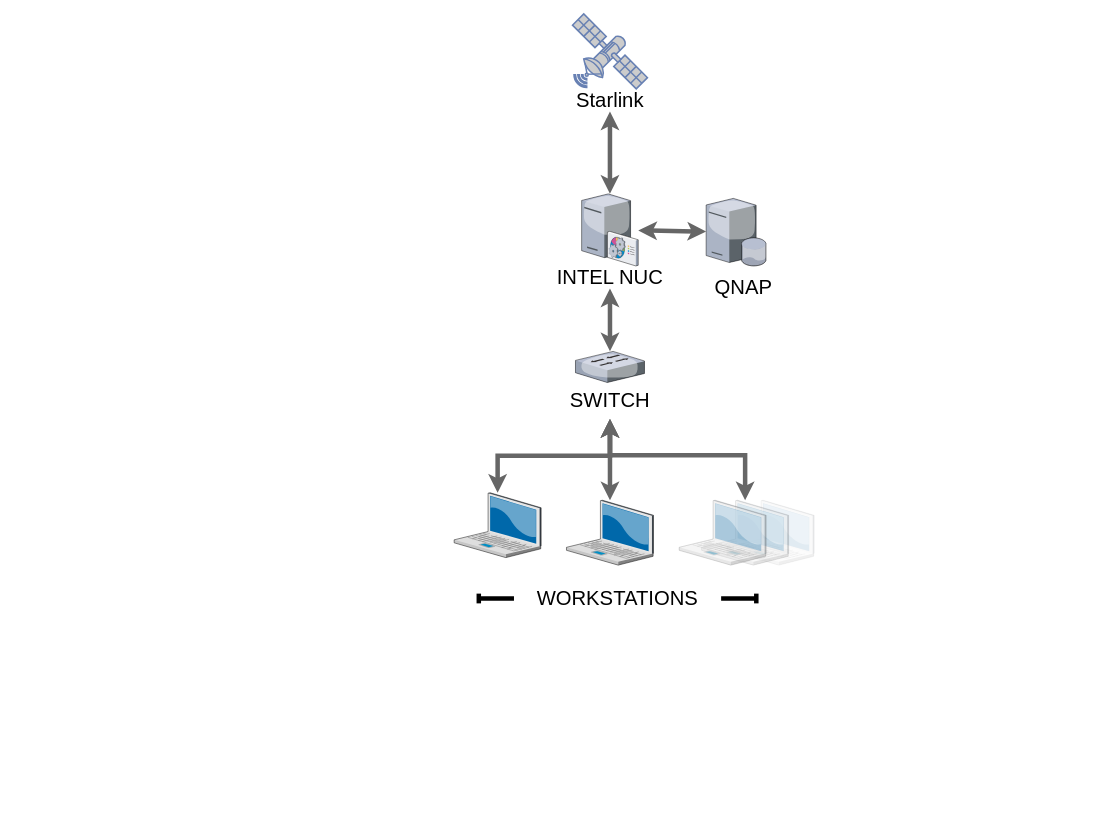
Above: Unbenanntes Diagramm.drawio in Reariuz/Flask (draw.io), before the change. Source tidied: cells renumbered, new cells numbered last; positions are measured from the earlier drawing's top-left corner, leaving out a move shared by most shapes. Both pictures are drawn from the tidied source at 75%, with x=0, y=0 at pixel (454, 14).
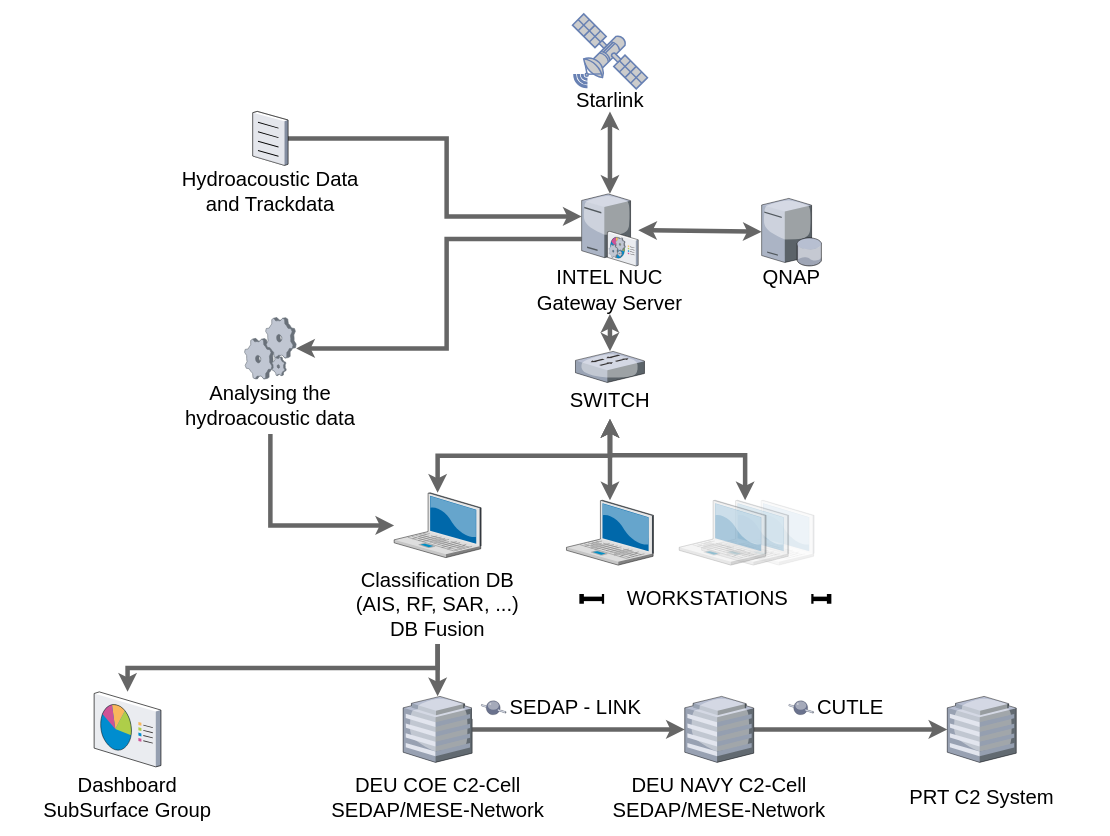
After the change.

Unchanged cells that the change refers to:
```xml
<mxCell id="11" style="verticalLabelPosition=bottom;sketch=0;html=1;verticalAlign=top;strokeColor=none;align=center;outlineConnect=0;shape=mxgraph.citrix.command_center;" parent="1" vertex="1">
  <mxGeometry x="170" y="240" width="75.5" height="96" as="geometry" />
</mxCell>
```

Diff of the diagram source:
```diff
@@
     <mxCell id="2" style="verticalLabelPosition=bottom;sketch=0;html=1;verticalAlign=top;strokeColor=none;align=center;outlineConnect=0;shape=mxgraph.citrix.database_server;" parent="1" vertex="1">
-      <mxGeometry x="336" y="246" width="80" height="90" as="geometry" />
+      <mxGeometry x="410" y="246" width="80" height="90" as="geometry" />
     </mxCell>
     <mxCell id="3" style="verticalLabelPosition=bottom;sketch=0;html=1;verticalAlign=top;strokeColor=none;align=center;outlineConnect=0;shape=mxgraph.citrix.laptop_2;" parent="1" vertex="1">
-      <mxGeometry y="638.5" width="116" height="86.5" as="geometry" />
+      <mxGeometry x="-80" y="638.5" width="116" height="86.5" as="geometry" />
     </mxCell>
@@
+    <mxCell id="23" style="edgeStyle=orthogonalEdgeStyle;rounded=0;jettySize=auto;html=1;strokeWidth=6;strokeColor=#666666;" parent="1" edge="1" source="11" target="24">
+      <mxGeometry relative="1" as="geometry">
+        <Array as="points">
+          <mxPoint x="-10" y="300" />
+          <mxPoint x="-10" y="446" />
+        </Array>
+      </mxGeometry>
+    </mxCell>
@@
-    <mxCell id="19" value="&lt;font style=&quot;font-size: 13px;&quot;&gt;&lt;font style=&quot;font-size: 14px;&quot;&gt;&lt;font style=&quot;font-size: 15px;&quot;&gt;&lt;font style=&quot;font-size: 16px;&quot;&gt;&lt;font style=&quot;font-size: 17px;&quot;&gt;&lt;font style=&quot;font-size: 18px;&quot;&gt;&lt;font style=&quot;font-size: 19px;&quot;&gt;&lt;font style=&quot;font-size: 20px;&quot;&gt;&lt;font style=&quot;font-size: 21px;&quot;&gt;&lt;font style=&quot;font-size: 22px;&quot;&gt;&lt;font style=&quot;font-size: 23px;&quot;&gt;&lt;font style=&quot;font-size: 24px;&quot;&gt;&lt;font style=&quot;font-size: 25px;&quot;&gt;&lt;font style=&quot;font-size: 26px;&quot;&gt;&lt;font style=&quot;font-size: 27px;&quot;&gt;&lt;font style=&quot;font-size: 28px;&quot;&gt;&lt;font style=&quot;font-size: 27px;&quot;&gt;INTEL NUC&lt;/font&gt;&lt;/font&gt;&lt;/font&gt;&lt;/font&gt;&lt;/font&gt;&lt;/font&gt;&lt;/font&gt;&lt;/font&gt;&lt;/font&gt;&lt;/font&gt;&lt;/font&gt;&lt;/font&gt;&lt;/font&gt;&lt;/font&gt;&lt;/font&gt;&lt;/font&gt;&lt;/font&gt;" style="text;html=1;fillColor=none;align=center;verticalAlign=middle;whiteSpace=wrap;rounded=0;" parent="1" vertex="1">
-      <mxGeometry x="132.8" y="336" width="150" height="30" as="geometry" />
+    <mxCell id="19" value="&lt;div&gt;&lt;font style=&quot;font-size: 13px;&quot;&gt;&lt;font style=&quot;font-size: 14px;&quot;&gt;&lt;font style=&quot;font-size: 15px;&quot;&gt;&lt;font style=&quot;font-size: 16px;&quot;&gt;&lt;font style=&quot;font-size: 17px;&quot;&gt;&lt;font style=&quot;font-size: 18px;&quot;&gt;&lt;font style=&quot;font-size: 19px;&quot;&gt;&lt;font style=&quot;font-size: 20px;&quot;&gt;&lt;font style=&quot;font-size: 21px;&quot;&gt;&lt;font style=&quot;font-size: 22px;&quot;&gt;&lt;font style=&quot;font-size: 23px;&quot;&gt;&lt;font style=&quot;font-size: 24px;&quot;&gt;&lt;font style=&quot;font-size: 25px;&quot;&gt;&lt;font style=&quot;font-size: 26px;&quot;&gt;&lt;font style=&quot;font-size: 27px;&quot;&gt;&lt;font style=&quot;font-size: 28px;&quot;&gt;&lt;font style=&quot;font-size: 27px;&quot;&gt;INTEL NUC&lt;/font&gt;&lt;/font&gt;&lt;/font&gt;&lt;/font&gt;&lt;/font&gt;&lt;/font&gt;&lt;/font&gt;&lt;/font&gt;&lt;/font&gt;&lt;/font&gt;&lt;/font&gt;&lt;/font&gt;&lt;/font&gt;&lt;/font&gt;&lt;/font&gt;&lt;/font&gt;&lt;/font&gt;&lt;/div&gt;&lt;div&gt;&lt;font style=&quot;font-size: 13px;&quot;&gt;&lt;font style=&quot;font-size: 14px;&quot;&gt;&lt;font style=&quot;font-size: 15px;&quot;&gt;&lt;font style=&quot;font-size: 16px;&quot;&gt;&lt;font style=&quot;font-size: 17px;&quot;&gt;&lt;font style=&quot;font-size: 18px;&quot;&gt;&lt;font style=&quot;font-size: 19px;&quot;&gt;&lt;font style=&quot;font-size: 20px;&quot;&gt;&lt;font style=&quot;font-size: 21px;&quot;&gt;&lt;font style=&quot;font-size: 22px;&quot;&gt;&lt;font style=&quot;font-size: 23px;&quot;&gt;&lt;font style=&quot;font-size: 24px;&quot;&gt;&lt;font style=&quot;font-size: 25px;&quot;&gt;&lt;font style=&quot;font-size: 26px;&quot;&gt;&lt;font style=&quot;font-size: 27px;&quot;&gt;&lt;font style=&quot;font-size: 28px;&quot;&gt;&lt;font style=&quot;font-size: 27px;&quot;&gt;Gateway Server&lt;br&gt;&lt;/font&gt;&lt;/font&gt;&lt;/font&gt;&lt;/font&gt;&lt;/font&gt;&lt;/font&gt;&lt;/font&gt;&lt;/font&gt;&lt;/font&gt;&lt;/font&gt;&lt;/font&gt;&lt;/font&gt;&lt;/font&gt;&lt;/font&gt;&lt;/font&gt;&lt;/font&gt;&lt;/font&gt;&lt;/div&gt;" style="text;html=1;fillColor=none;align=center;verticalAlign=middle;whiteSpace=wrap;rounded=0;" parent="1" vertex="1">
+      <mxGeometry x="79.1" y="336" width="257.2" height="64" as="geometry" />
     </mxCell>
     <mxCell id="20" value="&lt;font style=&quot;font-size: 13px;&quot;&gt;&lt;font style=&quot;font-size: 14px;&quot;&gt;&lt;font style=&quot;font-size: 15px;&quot;&gt;&lt;font style=&quot;font-size: 16px;&quot;&gt;&lt;font style=&quot;font-size: 17px;&quot;&gt;&lt;font style=&quot;font-size: 18px;&quot;&gt;&lt;font style=&quot;font-size: 19px;&quot;&gt;&lt;font style=&quot;font-size: 20px;&quot;&gt;&lt;font style=&quot;font-size: 21px;&quot;&gt;&lt;font style=&quot;font-size: 22px;&quot;&gt;&lt;font style=&quot;font-size: 23px;&quot;&gt;&lt;font style=&quot;font-size: 24px;&quot;&gt;&lt;font style=&quot;font-size: 25px;&quot;&gt;&lt;font style=&quot;font-size: 26px;&quot;&gt;&lt;font style=&quot;font-size: 27px;&quot;&gt;QNAP&lt;/font&gt;&lt;/font&gt;&lt;/font&gt;&lt;/font&gt;&lt;/font&gt;&lt;/font&gt;&lt;/font&gt;&lt;/font&gt;&lt;/font&gt;&lt;/font&gt;&lt;/font&gt;&lt;/font&gt;&lt;/font&gt;&lt;/font&gt;&lt;/font&gt;" style="text;html=1;fillColor=none;align=center;verticalAlign=middle;whiteSpace=wrap;rounded=0;" parent="1" vertex="1">
-      <mxGeometry x="356" y="350" width="60" height="30" as="geometry" />
+      <mxGeometry x="420" y="336" width="60" height="30" as="geometry" />
     </mxCell>
-    <mxCell id="21" style="endArrow=baseDash;startArrow=baseDash;html=1;rounded=0;strokeWidth=6;fontSize=27;elbow=vertical;startFill=0;endFill=0;" parent="1" edge="1">
+    <mxCell id="21" style="endArrow=baseDash;startArrow=baseDash;html=1;rounded=0;strokeWidth=6;fontSize=27;elbow=vertical;startFill=0;endFill=0;" parent="1" edge="1" source="22">
       <mxGeometry relative="1" as="geometry">
-        <mxPoint x="32.9" y="779.5" as="sourcePoint" />
-        <mxPoint x="402.9" y="779.5" as="targetPoint" />
-        <Array as="points">
-          <mxPoint x="132.9" y="779.5" />
-        </Array>
+        <mxPoint x="500" y="780" as="targetPoint" />
       </mxGeometry>
     </mxCell>
+    <mxCell id="24" style="verticalLabelPosition=bottom;sketch=0;html=1;verticalAlign=top;strokeColor=none;align=center;outlineConnect=0;shape=mxgraph.citrix.process;" parent="1" vertex="1">
+      <mxGeometry x="-279.4" y="404.8" width="68.8" height="82" as="geometry" />
+    </mxCell>
+    <mxCell id="25" style="edgeStyle=orthogonalEdgeStyle;rounded=0;jettySize=auto;html=1;strokeWidth=6;strokeColor=#666666;" parent="1" edge="1" target="3">
+      <mxGeometry relative="1" as="geometry">
+        <mxPoint x="-245" y="560" as="sourcePoint" />
+        <Array as="points">
+          <mxPoint x="-245" y="682" />
+        </Array>
+      </mxGeometry>
+    </mxCell>
+    <mxCell id="26" value="&lt;font style=&quot;font-size: 27px;&quot;&gt;Analysing the hydroacoustic data&lt;/font&gt;" style="text;html=1;fillColor=none;align=center;verticalAlign=middle;whiteSpace=wrap;rounded=0;" parent="1" vertex="1">
+      <mxGeometry x="-360" y="506.8" width="230" height="30" as="geometry" />
+    </mxCell>
+    <mxCell id="27" style="edgeStyle=orthogonalEdgeStyle;rounded=0;jettySize=auto;html=1;strokeWidth=6;strokeColor=#666666;" parent="1" edge="1" source="29" target="32">
+      <mxGeometry relative="1" as="geometry" />
+    </mxCell>
+    <mxCell id="28" style="edgeStyle=orthogonalEdgeStyle;rounded=0;jettySize=auto;html=1;exitX=0.5;exitY=1;exitDx=0;exitDy=0;strokeWidth=6;strokeColor=#666666;" parent="1" edge="1" source="29" target="43">
+      <mxGeometry relative="1" as="geometry" />
+    </mxCell>
+    <mxCell id="29" value="&lt;div style=&quot;font-size: 27px;&quot;&gt;&lt;font style=&quot;font-size: 27px;&quot;&gt;Classification DB&lt;/font&gt;&lt;/div&gt;&lt;div style=&quot;font-size: 27px;&quot;&gt;&lt;font style=&quot;font-size: 27px;&quot;&gt;(AIS, RF, SAR, ...)&lt;/font&gt;&lt;/div&gt;&lt;div style=&quot;font-size: 27px;&quot;&gt;&lt;font style=&quot;font-size: 27px;&quot;&gt;DB Fusion&lt;/font&gt;&lt;br&gt;&lt;/div&gt;" style="text;html=1;align=center;verticalAlign=middle;whiteSpace=wrap;rounded=0;fillColor=#FFFFFF;strokeColor=none;" parent="1" vertex="1">
+      <mxGeometry x="-147" y="735" width="250" height="105" as="geometry" />
+    </mxCell>
+    <mxCell id="30" style="endArrow=baseDash;startArrow=baseDash;html=1;rounded=0;strokeWidth=6;fontSize=27;elbow=vertical;startFill=0;endFill=0;" parent="1" edge="1" target="22">
+      <mxGeometry relative="1" as="geometry">
+        <mxPoint x="170" y="780" as="sourcePoint" />
+      </mxGeometry>
+    </mxCell>
     <mxCell id="22" value="&lt;font style=&quot;font-size: 13px;&quot;&gt;&lt;font style=&quot;font-size: 14px;&quot;&gt;&lt;font style=&quot;font-size: 15px;&quot;&gt;&lt;font style=&quot;font-size: 16px;&quot;&gt;&lt;font style=&quot;font-size: 17px;&quot;&gt;&lt;font style=&quot;font-size: 18px;&quot;&gt;&lt;font style=&quot;font-size: 19px;&quot;&gt;&lt;font style=&quot;font-size: 20px;&quot;&gt;&lt;font style=&quot;font-size: 21px;&quot;&gt;&lt;font style=&quot;font-size: 22px;&quot;&gt;&lt;font style=&quot;font-size: 23px;&quot;&gt;&lt;font style=&quot;font-size: 24px;&quot;&gt;&lt;font style=&quot;font-size: 25px;&quot;&gt;&lt;font style=&quot;font-size: 26px;&quot;&gt;&lt;font style=&quot;font-size: 27px;&quot;&gt;WORKSTATIONS&lt;/font&gt;&lt;/font&gt;&lt;/font&gt;&lt;/font&gt;&lt;/font&gt;&lt;/font&gt;&lt;/font&gt;&lt;/font&gt;&lt;/font&gt;&lt;/font&gt;&lt;/font&gt;&lt;/font&gt;&lt;/font&gt;&lt;/font&gt;&lt;/font&gt;" style="text;html=1;align=center;verticalAlign=middle;whiteSpace=wrap;rounded=0;fillColor=#FFFFFF;strokeColor=none;" parent="1" vertex="1">
-      <mxGeometry x="79.8" y="765" width="276.2" height="30" as="geometry" />
+      <mxGeometry x="200" y="765" width="276.2" height="30" as="geometry" />
     </mxCell>
+    <mxCell id="31" style="edgeStyle=orthogonalEdgeStyle;rounded=0;jettySize=auto;html=1;strokeWidth=6;strokeColor=#666666;" parent="1" edge="1" source="32" target="35">
+      <mxGeometry relative="1" as="geometry" />
+    </mxCell>
+    <mxCell id="32" style="verticalLabelPosition=bottom;sketch=0;html=1;verticalAlign=top;strokeColor=none;align=center;outlineConnect=0;shape=mxgraph.citrix.hq_enterprise;" parent="1" vertex="1">
+      <mxGeometry x="-68" y="910" width="92" height="88" as="geometry" />
+    </mxCell>
+    <mxCell id="33" value="&lt;div style=&quot;font-size: 27px;&quot;&gt;&lt;font style=&quot;font-size: 27px;&quot;&gt;DEU COE C2-Cell&lt;/font&gt;&lt;/div&gt;&lt;div style=&quot;font-size: 27px;&quot;&gt;&lt;font style=&quot;font-size: 27px;&quot;&gt;SEDAP/MESE-Network&lt;/font&gt;&lt;br&gt;&lt;/div&gt;" style="text;html=1;align=center;verticalAlign=middle;whiteSpace=wrap;rounded=0;fillColor=#FFFFFF;strokeColor=none;" parent="1" vertex="1">
+      <mxGeometry x="-175.5" y="1010" width="307" height="70" as="geometry" />
+    </mxCell>
+    <mxCell id="34" style="edgeStyle=orthogonalEdgeStyle;rounded=0;jettySize=auto;html=1;strokeWidth=6;strokeColor=#666666;" parent="1" edge="1" source="35" target="37">
+      <mxGeometry relative="1" as="geometry" />
+    </mxCell>
+    <mxCell id="35" style="verticalLabelPosition=bottom;sketch=0;html=1;verticalAlign=top;strokeColor=none;align=center;outlineConnect=0;shape=mxgraph.citrix.hq_enterprise;" parent="1" vertex="1">
+      <mxGeometry x="307.5" y="910" width="92" height="88" as="geometry" />
+    </mxCell>
+    <mxCell id="36" value="&lt;div style=&quot;font-size: 27px;&quot;&gt;&lt;font style=&quot;font-size: 27px;&quot;&gt;DEU NAVY C2-Cell&lt;/font&gt;&lt;/div&gt;&lt;div style=&quot;font-size: 27px;&quot;&gt;&lt;font style=&quot;font-size: 27px;&quot;&gt;SEDAP/MESE-Network&lt;/font&gt;&lt;br&gt;&lt;/div&gt;" style="text;html=1;align=center;verticalAlign=middle;whiteSpace=wrap;rounded=0;fillColor=#FFFFFF;strokeColor=none;" parent="1" vertex="1">
+      <mxGeometry x="200" y="1010" width="307" height="70" as="geometry" />
+    </mxCell>
+    <mxCell id="37" style="verticalLabelPosition=bottom;sketch=0;html=1;verticalAlign=top;strokeColor=none;align=center;outlineConnect=0;shape=mxgraph.citrix.hq_enterprise;" parent="1" vertex="1">
+      <mxGeometry x="657.5" y="910" width="92" height="88" as="geometry" />
+    </mxCell>
+    <mxCell id="38" value="&lt;font style=&quot;font-size: 27px;&quot;&gt;PRT C2 System&lt;/font&gt;" style="text;html=1;align=center;verticalAlign=middle;whiteSpace=wrap;rounded=0;fillColor=#FFFFFF;strokeColor=none;" parent="1" vertex="1">
+      <mxGeometry x="550" y="1010" width="307" height="70" as="geometry" />
+    </mxCell>
+    <mxCell id="39" value="&lt;font style=&quot;font-size: 27px;&quot;&gt;SEDAP - LINK&lt;/font&gt;" style="text;html=1;align=center;verticalAlign=middle;whiteSpace=wrap;rounded=0;fillColor=#FFFFFF;strokeColor=none;" parent="1" vertex="1">
+      <mxGeometry x="23.8" y="910" width="276.2" height="30" as="geometry" />
+    </mxCell>
+    <mxCell id="40" value="&lt;font style=&quot;font-size: 27px;&quot;&gt;CUTLE&lt;/font&gt;" style="text;html=1;align=center;verticalAlign=middle;whiteSpace=wrap;rounded=0;fillColor=#FFFFFF;strokeColor=none;" parent="1" vertex="1">
+      <mxGeometry x="410" y="910" width="236.8" height="30" as="geometry" />
+    </mxCell>
+    <mxCell id="41" style="verticalLabelPosition=bottom;sketch=0;html=1;verticalAlign=top;strokeColor=none;align=center;shape=mxgraph.citrix.middleware;" parent="1" vertex="1">
+      <mxGeometry x="446" y="915" width="33.5" height="20" as="geometry" />
+    </mxCell>
+    <mxCell id="42" style="verticalLabelPosition=bottom;sketch=0;html=1;verticalAlign=top;strokeColor=none;align=center;shape=mxgraph.citrix.middleware;" parent="1" vertex="1">
+      <mxGeometry x="36" y="915" width="33.5" height="20" as="geometry" />
+    </mxCell>
+    <mxCell id="43" style="verticalLabelPosition=bottom;sketch=0;html=1;verticalAlign=top;strokeColor=none;align=center;outlineConnect=0;shape=mxgraph.citrix.reporting;" parent="1" vertex="1">
+      <mxGeometry x="-480" y="904" width="89.1" height="100" as="geometry" />
+    </mxCell>
+    <mxCell id="44" value="&lt;div style=&quot;font-size: 27px;&quot;&gt;Dashboard&lt;/div&gt;&lt;div style=&quot;font-size: 27px;&quot;&gt;SubSurface Group&lt;/div&gt;" style="text;html=1;align=center;verticalAlign=middle;whiteSpace=wrap;rounded=0;fillColor=#FFFFFF;strokeColor=none;" parent="1" vertex="1">
+      <mxGeometry x="-588.9" y="1010" width="307" height="70" as="geometry" />
+    </mxCell>
+    <mxCell id="45" style="edgeStyle=orthogonalEdgeStyle;rounded=0;jettySize=auto;html=1;strokeWidth=6;strokeColor=#666666;" parent="1" edge="1" source="46" target="11">
+      <mxGeometry relative="1" as="geometry">
+        <Array as="points">
+          <mxPoint x="-10" y="166" />
+          <mxPoint x="-10" y="270" />
+        </Array>
+      </mxGeometry>
+    </mxCell>
+    <mxCell id="46" style="verticalLabelPosition=bottom;sketch=0;html=1;verticalAlign=top;strokeColor=none;align=center;outlineConnect=0;shape=mxgraph.citrix.document;" parent="1" vertex="1">
+      <mxGeometry x="-268.5" y="130" width="47" height="72" as="geometry" />
+    </mxCell>
+    <mxCell id="47" value="&lt;font style=&quot;font-size: 27px;&quot;&gt;Hydroacoustic Data and Trackdata&lt;/font&gt;" style="text;html=1;fillColor=none;align=center;verticalAlign=middle;whiteSpace=wrap;rounded=0;" parent="1" vertex="1">
+      <mxGeometry x="-380" y="202" width="270" height="70" as="geometry" />
+    </mxCell>
```
